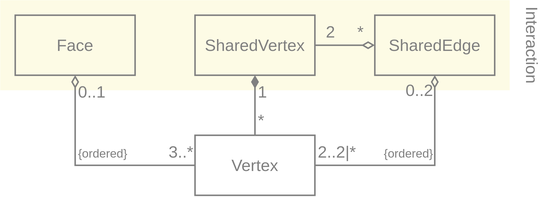
Earlier version of the draw.io export wiki/MetaMeshGraph.svg (YoanWithY/kayo). Source tidied: cells renumbered, new cells last; positions are measured from the earlier drawing's top-left corner, leaving out a move shared by most shapes.
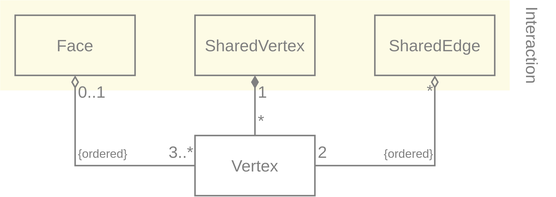
Later version of the same file.

Diff of the diagram source:
```diff
@@ -21,19 +21,6 @@
     <mxCell id="6" value="SharedVertex" style="rounded=0;whiteSpace=wrap;html=1;fillColor=none;strokeColor=#808080;fontColor=#808080;fontFamily=Helvetica;fontSize=11;" parent="1" vertex="1">
       <mxGeometry x="130" y="10" width="80" height="40" as="geometry" />
     </mxCell>
-    <mxCell id="7" style="edgeStyle=orthogonalEdgeStyle;html=1;fontFamily=Helvetica;fontSize=11;fontColor=#808080;endArrow=none;endFill=0;rounded=0;strokeColor=#808080;startArrow=diamondThin;startFill=0;" parent="1" edge="1" source="10" target="6">
-      <mxGeometry relative="1" as="geometry" />
-    </mxCell>
-    <mxCell id="8" value="2" style="edgeLabel;align=center;verticalAlign=bottom;fontSize=11;fontFamily=Helvetica;fontColor=#808080;labelBackgroundColor=none;html=1;" parent="7" vertex="1">
-      <mxGeometry x="0.62" y="-1" relative="1" as="geometry">
-        <mxPoint x="2" y="1" as="offset" />
-      </mxGeometry>
-    </mxCell>
-    <mxCell id="9" value="*" style="edgeLabel;align=center;verticalAlign=bottom;fontSize=11;fontFamily=Helvetica;fontColor=#808080;labelBackgroundColor=none;html=1;" parent="7" vertex="1">
-      <mxGeometry x="-0.67" relative="1" as="geometry">
-        <mxPoint x="-3" as="offset" />
-      </mxGeometry>
-    </mxCell>
     <mxCell id="10" value="SharedEdge" style="rounded=0;whiteSpace=wrap;html=1;fillColor=none;strokeColor=#808080;fontColor=#808080;fontFamily=Helvetica;fontSize=11;" parent="1" vertex="1">
       <mxGeometry x="250" y="10" width="80" height="40" as="geometry" />
     </mxCell>
@@ -50,12 +37,12 @@
         </Array>
       </mxGeometry>
     </mxCell>
-    <mxCell id="14" value="0..2" style="edgeLabel;html=1;align=right;verticalAlign=middle;fontSize=11;fontFamily=Helvetica;fontColor=#808080;labelBackgroundColor=none;spacing=2;" parent="13" vertex="1">
+    <mxCell id="14" value="*" style="edgeLabel;html=1;align=right;verticalAlign=middle;fontSize=11;fontFamily=Helvetica;fontColor=#808080;labelBackgroundColor=none;spacing=2;" parent="13" vertex="1">
       <mxGeometry x="-0.67" relative="1" as="geometry">
         <mxPoint y="-13" as="offset" />
       </mxGeometry>
     </mxCell>
-    <mxCell id="15" value="2..2|*" style="edgeLabel;html=1;align=left;verticalAlign=bottom;fontSize=11;fontFamily=Helvetica;fontColor=#808080;labelBackgroundColor=none;" parent="13" vertex="1">
+    <mxCell id="15" value="2" style="edgeLabel;html=1;align=left;verticalAlign=bottom;fontSize=11;fontFamily=Helvetica;fontColor=#808080;labelBackgroundColor=none;" parent="13" vertex="1">
       <mxGeometry x="0.7" y="-1" relative="1" as="geometry">
         <mxPoint x="-21" y="1" as="offset" />
       </mxGeometry>
```
